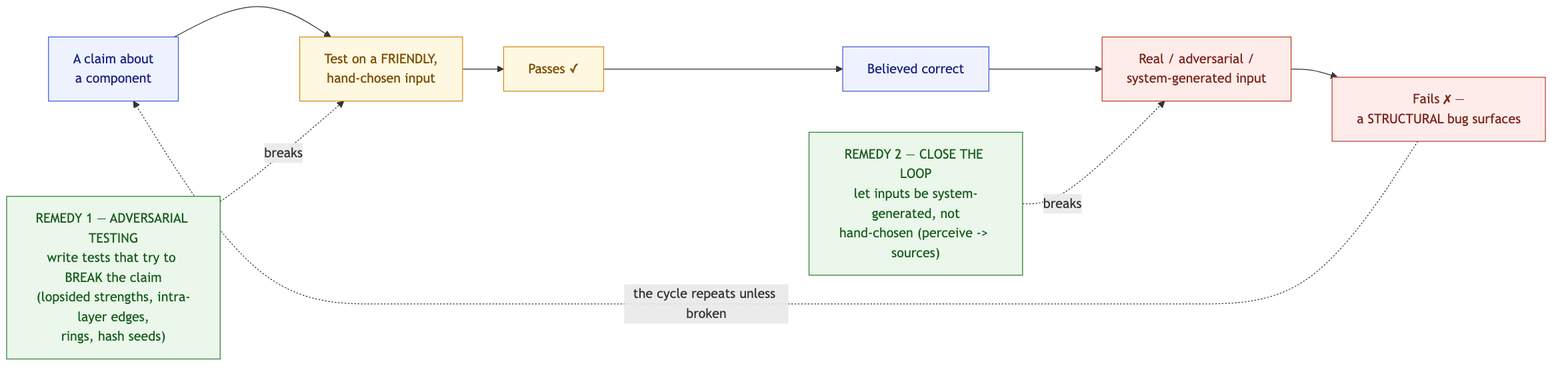
The Mermaid diagram docs/report/figures/friendly_input_loop.png in cagancaliskan/psyche, before a commit. Its source is kept beside it as docs/diagrams/friendly_input_loop.mmd. Its diagram source:
```mermaid
flowchart LR
    C["A claim about<br/>a component"]:::neutral
    T["Test on a FRIENDLY,<br/>hand-chosen input"]:::weak
    P["Passes &check;"]:::weak
    Bel["Believed correct"]:::neutral
    R["Real / adversarial /<br/>system-generated input"]:::real
    Fa["Fails &cross; —<br/>a STRUCTURAL bug surfaces"]:::bug

    C --> T --> P --> Bel --> R --> Fa
    Fa -. "the cycle repeats unless broken" .-> C

    RA["REMEDY 1 — ADVERSARIAL TESTING<br/>write tests that try to BREAK the claim<br/>(lopsided strengths, intra-layer edges,<br/>rings, hash seeds)"]:::fix
    RL["REMEDY 2 — CLOSE THE LOOP<br/>let inputs be system-generated, not<br/>hand-chosen (perceive -> sources)"]:::fix

    RA -. "breaks" .-> T
    RL -. "breaks" .-> R

    classDef neutral fill:#eef2ff,stroke:#3b5bdb,color:#1a237e;
    classDef weak fill:#fff8e1,stroke:#d68910,color:#7e5109;
    classDef real fill:#fdecea,stroke:#c0392b,color:#7b241c;
    classDef bug fill:#fdecea,stroke:#c0392b,color:#7b241c;
    classDef fix fill:#eaf7ea,stroke:#2e7d32,color:#1b5e20;
```
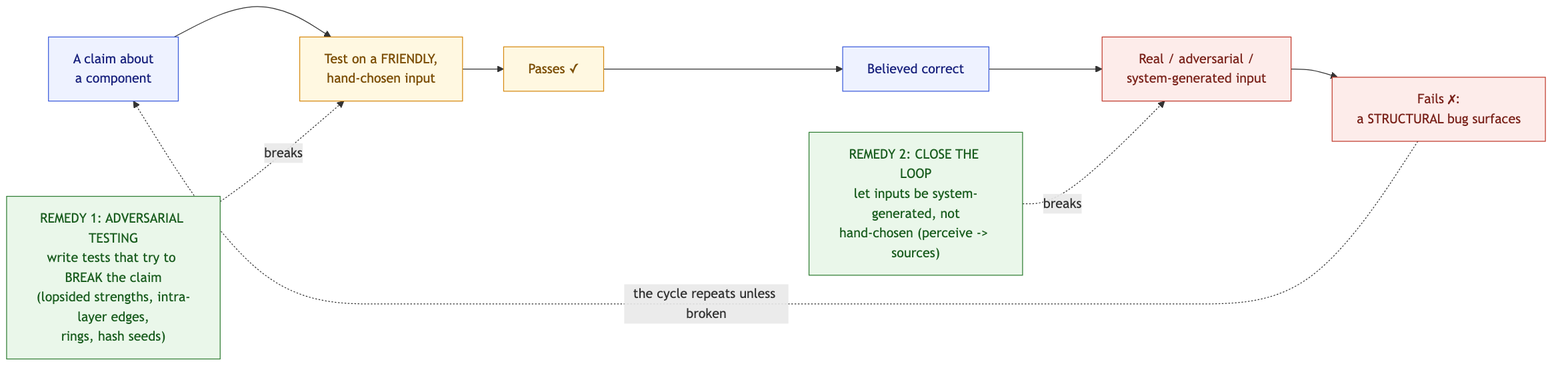
The same file after the commit.

What changed in the source:
```diff
@@ -4,13 +4,13 @@
     P["Passes &check;"]:::weak
     Bel["Believed correct"]:::neutral
     R["Real / adversarial /<br/>system-generated input"]:::real
-    Fa["Fails &cross; —<br/>a STRUCTURAL bug surfaces"]:::bug
+    Fa["Fails &cross;: <br/>a STRUCTURAL bug surfaces"]:::bug
 
     C --> T --> P --> Bel --> R --> Fa
     Fa -. "the cycle repeats unless broken" .-> C
 
-    RA["REMEDY 1 — ADVERSARIAL TESTING<br/>write tests that try to BREAK the claim<br/>(lopsided strengths, intra-layer edges,<br/>rings, hash seeds)"]:::fix
-    RL["REMEDY 2 — CLOSE THE LOOP<br/>let inputs be system-generated, not<br/>hand-chosen (perceive -> sources)"]:::fix
+    RA["REMEDY 1: ADVERSARIAL TESTING<br/>write tests that try to BREAK the claim<br/>(lopsided strengths, intra-layer edges,<br/>rings, hash seeds)"]:::fix
+    RL["REMEDY 2: CLOSE THE LOOP<br/>let inputs be system-generated, not<br/>hand-chosen (perceive -> sources)"]:::fix
 
     RA -. "breaks" .-> T
     RL -. "breaks" .-> R
```
